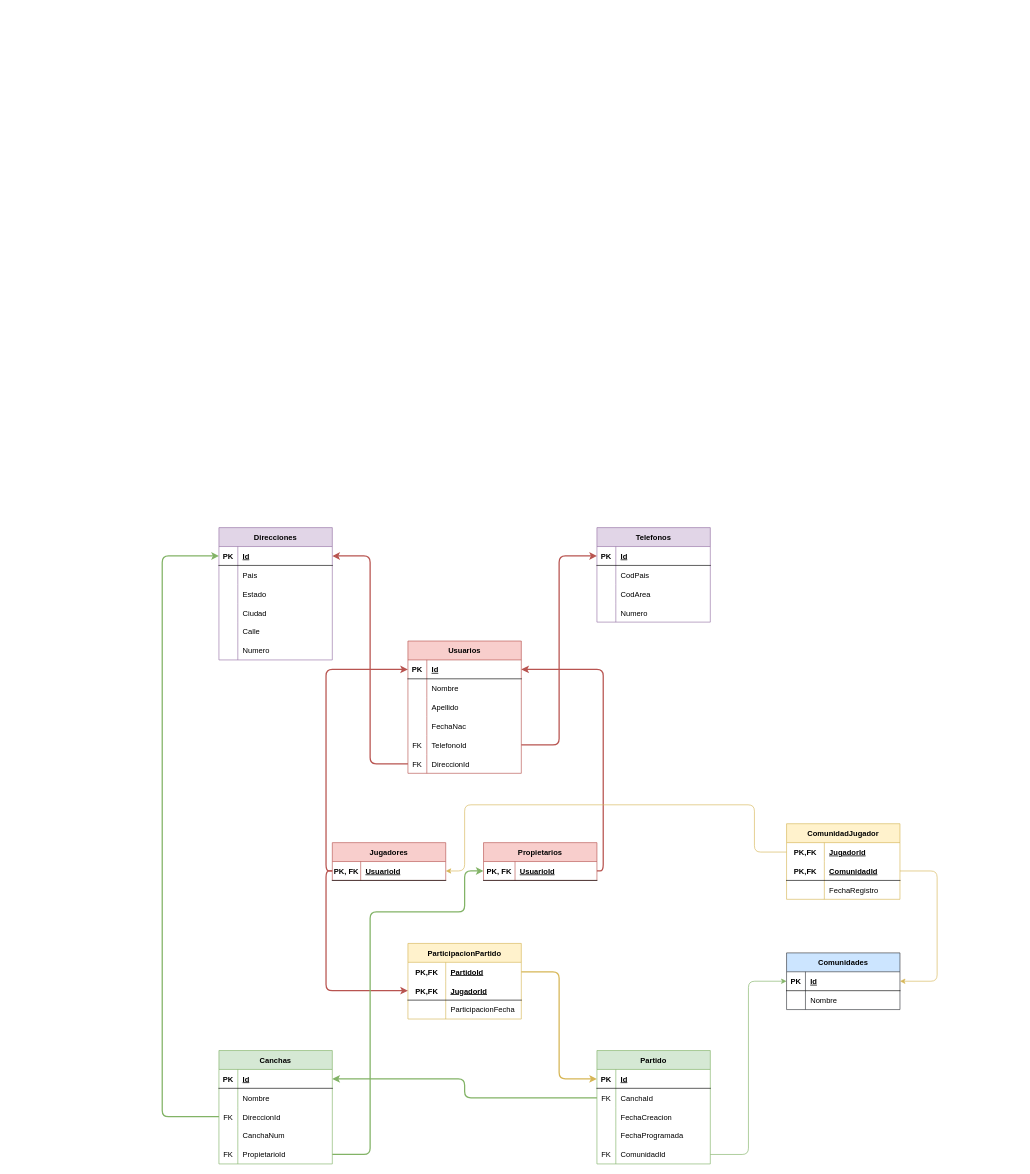
Above: design/db/schema.drawio in fmartinez28/PartidosYa (draw.io), before the change. Source tidied: cells renumbered, new cells numbered last; positions are measured from the earlier drawing's top-left corner, leaving out a move shared by most shapes. Both pictures are drawn from the tidied source at 63%, with x=0, y=0 at pixel (162, 527).
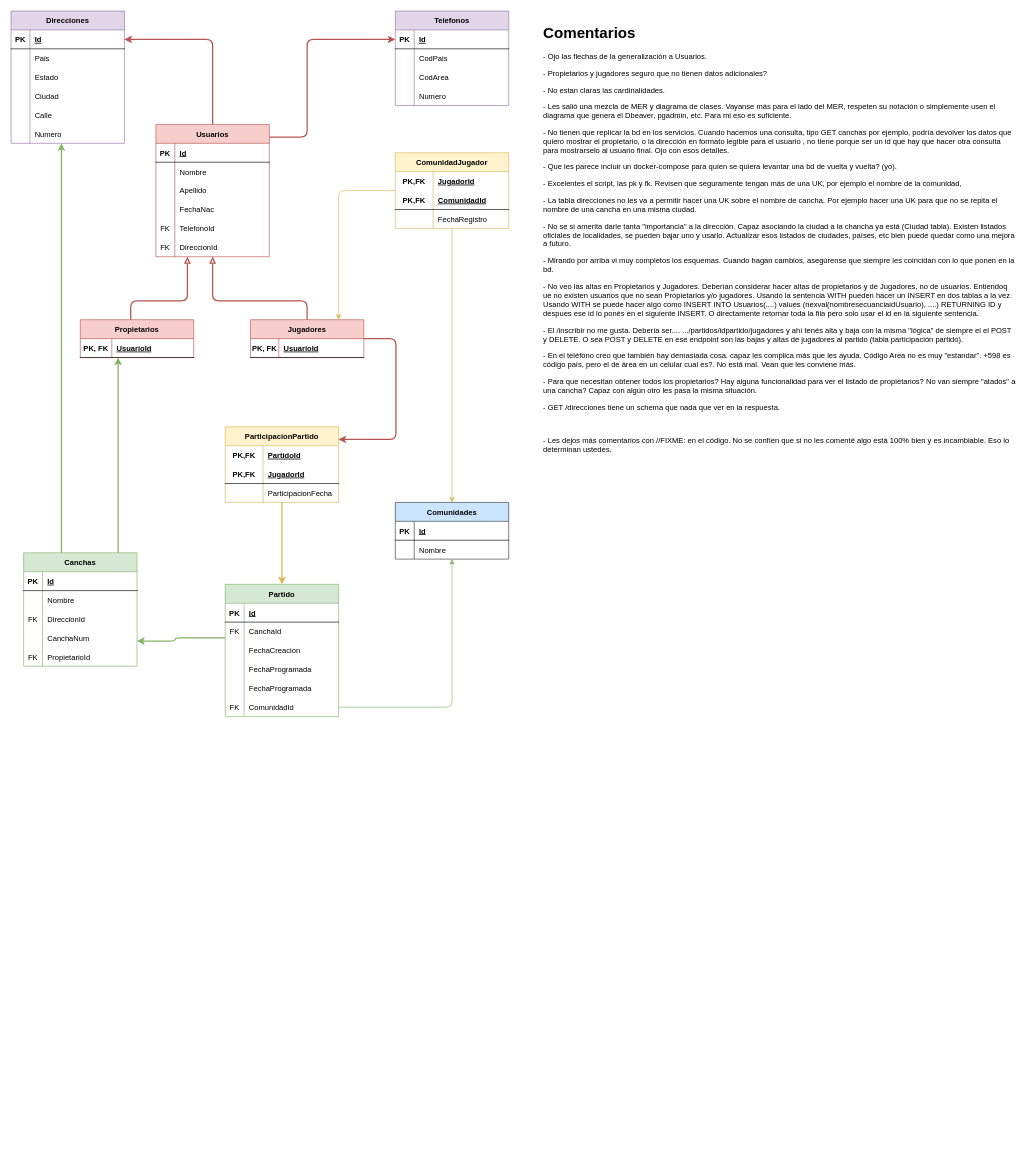
Above is the later version.

The change refers to these unchanged cells:
```xml
<mxCell id="6" style="shape=tableRow;horizontal=0;startSize=0;swimlaneHead=0;swimlaneBody=0;fillColor=none;points=[[0,0.5],[1,0.5]];portConstraint=eastwest;top=0;left=0;right=0;bottom=0;" parent="2" vertex="1">
  <mxGeometry y="60" width="180" height="30" as="geometry" />
</mxCell>
<mxCell id="19" style="shape=tableRow;horizontal=0;startSize=0;swimlaneHead=0;swimlaneBody=0;fillColor=none;points=[[0,0.5],[1,0.5]];portConstraint=eastwest;top=0;left=0;right=0;bottom=1;" parent="18" vertex="1">
  <mxGeometry y="30" width="180" height="30" as="geometry" />
</mxCell>
<mxCell id="23" style="shape=tableRow;horizontal=0;startSize=0;swimlaneHead=0;swimlaneBody=0;fillColor=none;points=[[0,0.5],[1,0.5]];portConstraint=eastwest;top=0;left=0;right=0;bottom=1;" parent="22" vertex="1">
  <mxGeometry y="30" width="180" height="30" as="geometry" />
</mxCell>
<mxCell id="27" style="shape=tableRow;horizontal=0;startSize=0;swimlaneHead=0;swimlaneBody=0;fillColor=none;points=[[0,0.5],[1,0.5]];portConstraint=eastwest;top=0;left=0;right=0;bottom=1;" parent="26" vertex="1">
  <mxGeometry y="30" width="180" height="30" as="geometry" />
</mxCell>
<mxCell id="39" style="shape=tableRow;horizontal=0;startSize=0;swimlaneHead=0;swimlaneBody=0;fillColor=none;points=[[0,0.5],[1,0.5]];portConstraint=eastwest;top=0;left=0;right=0;bottom=0;" parent="26" vertex="1">
  <mxGeometry y="150" width="180" height="30" as="geometry" />
</mxCell>
<mxCell id="42" style="shape=tableRow;horizontal=0;startSize=0;swimlaneHead=0;swimlaneBody=0;fillColor=none;points=[[0,0.5],[1,0.5]];portConstraint=eastwest;top=0;left=0;right=0;bottom=0;" parent="26" vertex="1">
  <mxGeometry y="180" width="180" height="30" as="geometry" />
</mxCell>
<mxCell id="46" style="shape=tableRow;horizontal=0;startSize=0;swimlaneHead=0;swimlaneBody=0;fillColor=none;points=[[0,0.5],[1,0.5]];portConstraint=eastwest;top=0;left=0;right=0;bottom=1;" parent="45" vertex="1">
  <mxGeometry y="30" width="180" height="30" as="geometry" />
</mxCell>
<mxCell id="52" style="shape=tableRow;horizontal=0;startSize=0;swimlaneHead=0;swimlaneBody=0;fillColor=none;points=[[0,0.5],[1,0.5]];portConstraint=eastwest;top=0;left=0;right=0;bottom=0;" parent="45" vertex="1">
  <mxGeometry y="90" width="180" height="30" as="geometry" />
</mxCell>
<mxCell id="58" style="shape=tableRow;horizontal=0;startSize=0;swimlaneHead=0;swimlaneBody=0;fillColor=none;points=[[0,0.5],[1,0.5]];portConstraint=eastwest;top=0;left=0;right=0;bottom=0;" parent="45" vertex="1">
  <mxGeometry y="150" width="180" height="30" as="geometry" />
</mxCell>
<mxCell id="62" style="shape=tableRow;horizontal=0;startSize=0;swimlaneHead=0;swimlaneBody=0;fillColor=none;points=[[0,0.5],[1,0.5]];portConstraint=eastwest;top=0;left=0;right=0;bottom=1;" parent="61" vertex="1">
  <mxGeometry y="30" width="180" height="30" as="geometry" />
</mxCell>
<mxCell id="81" style="shape=tableRow;horizontal=0;startSize=0;swimlaneHead=0;swimlaneBody=0;fillColor=none;points=[[0,0.5],[1,0.5]];portConstraint=eastwest;top=0;left=0;right=0;bottom=1;" parent="80" vertex="1">
  <mxGeometry y="30" width="180" height="30" as="geometry" />
</mxCell>
<mxCell id="94" style="shape=tableRow;horizontal=0;startSize=0;swimlaneHead=0;swimlaneBody=0;fillColor=none;points=[[0,0.5],[1,0.5]];portConstraint=eastwest;top=0;left=0;right=0;bottom=0;" parent="93" vertex="1">
  <mxGeometry y="30" width="180" height="30" as="geometry" />
</mxCell>
<mxCell id="97" style="shape=tableRow;horizontal=0;startSize=0;swimlaneHead=0;swimlaneBody=0;fillColor=none;points=[[0,0.5],[1,0.5]];portConstraint=eastwest;top=0;left=0;right=0;bottom=1;" parent="93" vertex="1">
  <mxGeometry y="60" width="180" height="30" as="geometry" />
</mxCell>
<mxCell id="112" style="shape=tableRow;horizontal=0;startSize=0;swimlaneHead=0;swimlaneBody=0;fillColor=none;points=[[0,0.5],[1,0.5]];portConstraint=eastwest;top=0;left=0;right=0;bottom=1;" parent="111" vertex="1">
  <mxGeometry y="30" width="180" height="30" as="geometry" />
</mxCell>
<mxCell id="120" style="shape=tableRow;horizontal=0;startSize=0;swimlaneHead=0;swimlaneBody=0;fillColor=none;points=[[0,0.5],[1,0.5]];portConstraint=eastwest;top=0;left=0;right=0;bottom=0;" parent="119" vertex="1">
  <mxGeometry y="30" width="180" height="30" as="geometry" />
</mxCell>
<mxCell id="123" style="shape=tableRow;horizontal=0;startSize=0;swimlaneHead=0;swimlaneBody=0;fillColor=none;points=[[0,0.5],[1,0.5]];portConstraint=eastwest;top=0;left=0;right=0;bottom=1;" parent="119" vertex="1">
  <mxGeometry y="60" width="180" height="30" as="geometry" />
</mxCell>
```

Change to the diagram source:
```diff
@@
     <mxCell id="2" value="Partido" style="shape=table;startSize=30;childLayout=tableLayout;rowLines=0;fontStyle=1;align=center;fillColor=#d5e8d4;strokeColor=#82b366;" parent="1" vertex="1">
-      <mxGeometry x="690" y="830" width="180" height="180" as="geometry" />
+      <mxGeometry x="100" y="90" width="180" height="210" as="geometry" />
     </mxCell>
@@
+    <mxCell id="132" style="shape=tableRow;horizontal=0;startSize=0;swimlaneHead=0;swimlaneBody=0;fillColor=none;top=0;left=0;right=0;bottom=0;" parent="2" vertex="1">
+      <mxGeometry y="120" width="180" height="30" as="geometry" />
+    </mxCell>
+    <mxCell id="133" style="shape=partialRectangle;fillColor=none;top=0;left=0;bottom=0;right=0;overflow=hidden;" parent="132" vertex="1">
+      <mxGeometry width="30" height="30" as="geometry" />
+    </mxCell>
+    <mxCell id="134" value="FechaProgramada" style="shape=partialRectangle;fillColor=none;top=0;left=0;bottom=0;right=0;align=left;spacingLeft=6;overflow=hidden;" parent="132" vertex="1">
+      <mxGeometry x="30" width="150" height="30" as="geometry" />
+    </mxCell>
     <mxCell id="12" style="shape=tableRow;horizontal=0;startSize=0;swimlaneHead=0;swimlaneBody=0;fillColor=none;top=0;left=0;right=0;bottom=0;" parent="2" vertex="1">
-      <mxGeometry y="120" width="180" height="30" as="geometry" />
+      <mxGeometry y="150" width="180" height="30" as="geometry" />
     </mxCell>
@@
     <mxCell id="15" style="shape=tableRow;horizontal=0;startSize=0;swimlaneHead=0;swimlaneBody=0;fillColor=none;points=[[0,0.5],[1,0.5]];portConstraint=eastwest;top=0;left=0;right=0;bottom=0;" parent="2" vertex="1">
-      <mxGeometry y="150" width="180" height="30" as="geometry" />
+      <mxGeometry y="180" width="180" height="30" as="geometry" />
     </mxCell>
@@
     <mxCell id="18" value="Jugadores" style="shape=table;startSize=30;childLayout=tableLayout;rowLines=0;fontStyle=1;align=center;fillColor=#f8cecc;strokeColor=#b85450;" parent="1" vertex="1">
-      <mxGeometry x="270" y="500" width="180" height="60" as="geometry" />
+      <mxGeometry x="140" y="-330" width="180" height="60" as="geometry" />
     </mxCell>
@@
     <mxCell id="22" value="Propietarios" style="shape=table;startSize=30;childLayout=tableLayout;rowLines=0;fontStyle=1;align=center;fillColor=#f8cecc;strokeColor=#b85450;" parent="1" vertex="1">
-      <mxGeometry x="510" y="500" width="180" height="60" as="geometry" />
+      <mxGeometry x="-130" y="-330" width="180" height="60" as="geometry" />
     </mxCell>
@@
     <mxCell id="26" value="Usuarios" style="shape=table;startSize=30;childLayout=tableLayout;rowLines=0;fontStyle=1;align=center;fillColor=#f8cecc;strokeColor=#b85450;" parent="1" vertex="1">
-      <mxGeometry x="390" y="180" width="180" height="210" as="geometry" />
+      <mxGeometry x="-10" y="-640" width="180" height="210" as="geometry" />
     </mxCell>
@@
     <mxCell id="45" value="Canchas" style="shape=table;startSize=30;childLayout=tableLayout;rowLines=0;fontStyle=1;align=center;fillColor=#d5e8d4;strokeColor=#82b366;" parent="1" vertex="1">
-      <mxGeometry x="90" y="830" width="180" height="180" as="geometry" />
+      <mxGeometry x="-220" y="40" width="180" height="180" as="geometry" />
     </mxCell>
@@
     <mxCell id="61" value="Direcciones" style="shape=table;startSize=30;childLayout=tableLayout;rowLines=0;fontStyle=1;align=center;fillColor=#e1d5e7;strokeColor=#9673a6;" parent="1" vertex="1">
-      <mxGeometry x="90" width="180" height="210" as="geometry" />
+      <mxGeometry x="-240" y="-820" width="180" height="210" as="geometry" />
     </mxCell>
@@
     <mxCell id="80" value="Telefonos" style="shape=table;startSize=30;childLayout=tableLayout;rowLines=0;fontStyle=1;align=center;fillColor=#e1d5e7;strokeColor=#9673a6;" parent="1" vertex="1">
-      <mxGeometry x="690" width="180" height="150" as="geometry" />
+      <mxGeometry x="370" y="-820" width="180" height="150" as="geometry" />
     </mxCell>
@@
     <mxCell id="93" value="ParticipacionPartido" style="shape=table;startSize=30;childLayout=tableLayout;rowLines=0;fontStyle=1;align=center;fillColor=#fff2cc;strokeColor=#d6b656;" parent="1" vertex="1">
-      <mxGeometry x="390" y="660" width="180" height="120" as="geometry" />
+      <mxGeometry x="100" y="-160" width="180" height="120" as="geometry" />
     </mxCell>
@@
-    <mxCell id="103" style="edgeStyle=orthogonalEdgeStyle;html=1;exitX=0;exitY=0.5;exitDx=0;exitDy=0;entryX=0;entryY=0.5;entryDx=0;entryDy=0;fillColor=#f8cecc;strokeColor=#b85450;strokeWidth=2;" parent="1" edge="1" source="19" target="27">
-      <mxGeometry relative="1" as="geometry" />
+    <mxCell id="103" style="edgeStyle=orthogonalEdgeStyle;html=1;fillColor=#f8cecc;strokeColor=#b85450;strokeWidth=2;endArrow=block;endFill=0;" parent="1" edge="1" source="18" target="26">
+      <mxGeometry relative="1" as="geometry">
+        <Array as="points">
+          <mxPoint x="230" y="-360" />
+          <mxPoint x="80" y="-360" />
+        </Array>
+      </mxGeometry>
     </mxCell>
-    <mxCell id="104" style="edgeStyle=orthogonalEdgeStyle;html=1;exitX=1;exitY=0.5;exitDx=0;exitDy=0;entryX=1;entryY=0.5;entryDx=0;entryDy=0;fillColor=#f8cecc;strokeColor=#b85450;strokeWidth=2;" parent="1" edge="1" source="23" target="27">
-      <mxGeometry relative="1" as="geometry" />
+    <mxCell id="104" style="edgeStyle=orthogonalEdgeStyle;html=1;fillColor=#f8cecc;strokeColor=#b85450;strokeWidth=2;endArrow=block;endFill=0;" parent="1" edge="1" source="22" target="26">
+      <mxGeometry relative="1" as="geometry">
+        <Array as="points">
+          <mxPoint x="-50" y="-360" />
+          <mxPoint x="40" y="-360" />
+        </Array>
+      </mxGeometry>
     </mxCell>
-    <mxCell id="105" style="edgeStyle=orthogonalEdgeStyle;html=1;exitX=1;exitY=0.5;exitDx=0;exitDy=0;entryX=0;entryY=0.5;entryDx=0;entryDy=0;fillColor=#f8cecc;strokeColor=#b85450;strokeWidth=2;" parent="1" edge="1" source="39" target="81">
-      <mxGeometry relative="1" as="geometry" />
+    <mxCell id="105" style="edgeStyle=orthogonalEdgeStyle;html=1;entryX=0;entryY=0.5;entryDx=0;entryDy=0;fillColor=#f8cecc;strokeColor=#b85450;strokeWidth=2;" parent="1" edge="1" source="26" target="81">
+      <mxGeometry relative="1" as="geometry">
+        <Array as="points">
+          <mxPoint x="230" y="-620" />
+          <mxPoint x="230" y="-775" />
+        </Array>
+      </mxGeometry>
     </mxCell>
-    <mxCell id="106" style="edgeStyle=orthogonalEdgeStyle;html=1;exitX=0;exitY=0.5;exitDx=0;exitDy=0;entryX=1;entryY=0.5;entryDx=0;entryDy=0;fillColor=#f8cecc;strokeColor=#b85450;strokeWidth=2;" parent="1" edge="1" source="42" target="62">
+    <mxCell id="106" style="edgeStyle=orthogonalEdgeStyle;html=1;exitX=0.5;exitY=0;exitDx=0;exitDy=0;entryX=1;entryY=0.5;entryDx=0;entryDy=0;fillColor=#f8cecc;strokeColor=#b85450;strokeWidth=2;" parent="1" edge="1" source="26" target="62">
       <mxGeometry relative="1" as="geometry" />
     </mxCell>
-    <mxCell id="107" style="edgeStyle=orthogonalEdgeStyle;html=1;exitX=0;exitY=0.5;exitDx=0;exitDy=0;entryX=0;entryY=0.5;entryDx=0;entryDy=0;fillColor=#f8cecc;strokeColor=#b85450;strokeWidth=2;" parent="1" edge="1" source="19" target="97">
-      <mxGeometry relative="1" as="geometry" />
+    <mxCell id="107" style="edgeStyle=orthogonalEdgeStyle;html=1;fillColor=#f8cecc;strokeColor=#b85450;strokeWidth=2;" parent="1" edge="1" source="18" target="93">
+      <mxGeometry relative="1" as="geometry">
+        <Array as="points">
+          <mxPoint x="371" y="-140" />
+        </Array>
+      </mxGeometry>
     </mxCell>
-    <mxCell id="108" style="edgeStyle=orthogonalEdgeStyle;html=1;exitX=1;exitY=0.5;exitDx=0;exitDy=0;entryX=0;entryY=0.25;entryDx=0;entryDy=0;fillColor=#fff2cc;strokeColor=#d6b656;strokeWidth=2;" parent="1" edge="1" source="94" target="2">
+    <mxCell id="108" style="edgeStyle=orthogonalEdgeStyle;html=1;fillColor=#fff2cc;strokeColor=#d6b656;strokeWidth=2;" parent="1" edge="1" source="93" target="2">
       <mxGeometry relative="1" as="geometry" />
     </mxCell>
-    <mxCell id="109" style="edgeStyle=orthogonalEdgeStyle;html=1;exitX=0;exitY=0.5;exitDx=0;exitDy=0;entryX=1;entryY=0.5;entryDx=0;entryDy=0;fillColor=#d5e8d4;strokeColor=#82b366;strokeWidth=2;" parent="1" edge="1" source="6" target="46">
-      <mxGeometry relative="1" as="geometry" />
+    <mxCell id="109" style="edgeStyle=orthogonalEdgeStyle;html=1;fillColor=#d5e8d4;strokeColor=#82b366;strokeWidth=2;" parent="1" edge="1" source="2" target="45">
+      <mxGeometry relative="1" as="geometry">
+        <Array as="points">
+          <mxPoint x="20" y="175" />
+          <mxPoint x="20" y="180" />
+        </Array>
+      </mxGeometry>
     </mxCell>
-    <mxCell id="110" style="edgeStyle=orthogonalEdgeStyle;html=1;exitX=0;exitY=0.5;exitDx=0;exitDy=0;entryX=0;entryY=0.5;entryDx=0;entryDy=0;fillColor=#d5e8d4;strokeColor=#82b366;strokeWidth=2;" parent="1" edge="1" source="52" target="62">
+    <mxCell id="110" style="edgeStyle=orthogonalEdgeStyle;html=1;fillColor=#d5e8d4;strokeColor=#82b366;strokeWidth=2;" parent="1" edge="1" source="45" target="61">
       <mxGeometry relative="1" as="geometry">
         <Array as="points">
-          <mxPoint y="935" />
-          <mxPoint y="45" />
+          <mxPoint x="-160" y="-140" />
+          <mxPoint x="-160" y="-140" />
         </Array>
       </mxGeometry>
     </mxCell>
     <mxCell id="111" value="Comunidades" style="shape=table;startSize=30;childLayout=tableLayout;rowLines=0;fontStyle=1;align=center;fillColor=#cce5ff;strokeColor=#36393d;" parent="1" vertex="1">
-      <mxGeometry x="991" y="675" width="180" height="90" as="geometry" />
+      <mxGeometry x="370" y="-40" width="180" height="90" as="geometry" />
     </mxCell>
@@
-    <mxCell id="118" style="edgeStyle=orthogonalEdgeStyle;rounded=1;jettySize=auto;html=1;exitX=1;exitY=0.5;exitDx=0;exitDy=0;entryX=0;entryY=0.5;entryDx=0;entryDy=0;strokeWidth=2;fillColor=#d5e8d4;strokeColor=#82b366;" parent="1" edge="1" source="58" target="23">
+    <mxCell id="118" style="edgeStyle=orthogonalEdgeStyle;rounded=1;jettySize=auto;html=1;strokeWidth=2;fillColor=#d5e8d4;strokeColor=#82b366;" parent="1" edge="1" source="45" target="22">
       <mxGeometry relative="1" as="geometry">
         <Array as="points">
-          <mxPoint x="330" y="995" />
-          <mxPoint x="330" y="610" />
-          <mxPoint x="480" y="610" />
-          <mxPoint x="480" y="545" />
+          <mxPoint x="-70" y="-120" />
+          <mxPoint x="-70" y="-120" />
         </Array>
       </mxGeometry>
     </mxCell>
     <mxCell id="119" value="ComunidadJugador" style="shape=table;startSize=30;childLayout=tableLayout;rowLines=0;fontStyle=1;align=center;fillColor=#fff2cc;strokeColor=#d6b656;" parent="1" vertex="1">
-      <mxGeometry x="991" y="470" width="180" height="120" as="geometry" />
+      <mxGeometry x="370" y="-595" width="180" height="120" as="geometry" />
     </mxCell>
@@
-    <mxCell id="129" style="edgeStyle=orthogonalEdgeStyle;html=1;exitX=1;exitY=0.5;exitDx=0;exitDy=0;entryX=1;entryY=0.5;entryDx=0;entryDy=0;fillColor=#fff2cc;strokeColor=#d6b656;" parent="1" edge="1" source="123" target="112">
-      <mxGeometry relative="1" as="geometry">
-        <Array as="points">
-          <mxPoint x="1230" y="545" />
-          <mxPoint x="1230" y="720" />
-        </Array>
-      </mxGeometry>
+    <mxCell id="129" style="edgeStyle=orthogonalEdgeStyle;html=1;fillColor=#fff2cc;strokeColor=#d6b656;" parent="1" edge="1" source="119" target="111">
+      <mxGeometry relative="1" as="geometry" />
     </mxCell>
-    <mxCell id="130" style="edgeStyle=orthogonalEdgeStyle;html=1;exitX=0;exitY=0.5;exitDx=0;exitDy=0;entryX=1;entryY=0.5;entryDx=0;entryDy=0;fillColor=#fff2cc;strokeColor=#d6b656;" parent="1" edge="1" source="120" target="19">
+    <mxCell id="130" style="edgeStyle=orthogonalEdgeStyle;html=1;fillColor=#fff2cc;strokeColor=#d6b656;" parent="1" edge="1" source="119" target="18">
       <mxGeometry relative="1" as="geometry">
         <Array as="points">
-          <mxPoint x="940" y="515" />
-          <mxPoint x="940" y="440" />
-          <mxPoint x="480" y="440" />
-          <mxPoint x="480" y="545" />
+          <mxPoint x="280" y="-535" />
         </Array>
       </mxGeometry>
     </mxCell>
-    <mxCell id="131" style="edgeStyle=orthogonalEdgeStyle;html=1;exitX=1;exitY=0.5;exitDx=0;exitDy=0;entryX=0;entryY=0.5;entryDx=0;entryDy=0;fillColor=#d5e8d4;strokeColor=#82b366;" parent="1" edge="1" source="15" target="112">
+    <mxCell id="131" style="edgeStyle=orthogonalEdgeStyle;html=1;exitX=1;exitY=0.5;exitDx=0;exitDy=0;fillColor=#d5e8d4;strokeColor=#82b366;" parent="1" edge="1" source="15" target="111">
       <mxGeometry relative="1" as="geometry" />
     </mxCell>
+    <mxCell id="135" value="&lt;h1&gt;Comentarios&lt;/h1&gt;&lt;p&gt;- Ojo las flechas de la generalización a Usuarios.&amp;nbsp;&lt;/p&gt;&lt;p&gt;- Propietarios y jugadores seguro que no tienen datos adicionales?&lt;/p&gt;&lt;p&gt;- No estan claras las cardinalidades.&amp;nbsp;&lt;/p&gt;&lt;p&gt;- Les salió una mezcla de MER y diagrama de clases. Vayanse más para el lado del MER, respeten su notación o simplemente usen el diagrama que genera el Dbeaver, pgadmin, etc. Para mi eso es suficiente.&lt;/p&gt;&lt;p&gt;- No tienen que replicar la bd en los servicios. Cuando hacemos una consulta, tipo GET canchas por ejemplo, podría devolver los datos que quiero mostrar el propietario, o la dirección en formato legible para el usuario , no tiene porque ser un id que hay que hacer otra consulta para mostrarselo al usuario final. Ojo con esos detalles.&lt;/p&gt;&lt;p&gt;- Que les parece incluir un docker-compose para quien se quiera levantar una bd de vuelta y vuelta? (yo).&amp;nbsp;&lt;/p&gt;&lt;p&gt;- Excelentes el script, las pk y fk. Revisen que seguramente tengan más de una UK, por ejemplo el nombre de la comunidad,&amp;nbsp;&lt;/p&gt;&lt;p&gt;- La tabla direcciones no les va a permitir hacer una UK sobre el nombre de cancha. Por ejemplo hacer una UK para que no se repita el nombre de una cancha en una misma ciudad.&amp;nbsp;&lt;/p&gt;&lt;p&gt;- No se si amerita darle tanta &quot;importancia&quot; a la dirección. Capaz asociando la ciudad a la chancha ya está (Ciudad tabla). Existen listados oficiales de localidades, se pueden bajar uno y usarlo. Actualizar esos listados de ciudades, países, etc bien puede quedar como una mejora a futuro.&lt;/p&gt;&lt;p&gt;- Mirando por arriba vi muy completos los esquemas. Cuando hagan cambios,&amp;nbsp;asegúrense que siempre les coincidan con lo que ponen en la bd.&amp;nbsp;&lt;/p&gt;&lt;p&gt;- No veo las altas en Propietarios y Jugadores. Deberían considerar hacer altas de propietarios y de Jugadores, no de usuarios. Entiendoq ue no existen usuarios que no sean Propietarios y/o jugadores. Usando la sentencia WITH pueden hacer un INSERT en dos tablas a la vez.&amp;nbsp; Usando WITH se puede hacer algo como INSERT INTO Usuarios(....) values (nexval(nombresecuanciaidUsuario), ....) RETURNING ID y despues ese id lo ponés en el siguiente INSERT. O directamente retornar toda la fila pero solo usar el id en la siguiente sentencia.&lt;/p&gt;&lt;p&gt;- El /inscribir no me gusta. Debería ser.... .../partidos/idpartido/jugadores y ahí tenés alta y baja con la misma &quot;lógica&quot; de siempre el el POST y DELETE. O sea POST y DELETE en ese endpoint son las bajas y altas de jugadores al partido (tabla participación partido).&lt;/p&gt;&lt;p&gt;- En el teléfono creo que también hay demasiada cosa. capaz les complica más que les ayuda. Código Area no es muy &quot;estandar&quot;. +598 es código país, pero el de área en un celular cual es?. No está mal. Vean que les conviene más.&lt;/p&gt;&lt;p&gt;- Para que necesitan obtener todos los propietarios? Hay alguna funcionalidad para ver el listado de propietarios? No van siempre &quot;atados&quot; a una cancha? Capaz con algún otro les pasa la misma situación.&amp;nbsp;&lt;/p&gt;&lt;p&gt;- GET /direcciones tiene un schema que nada que ver en la respuesta.&amp;nbsp;&lt;/p&gt;&lt;p&gt;&lt;br&gt;&lt;/p&gt;&lt;p&gt;- Les dejos más comentarios con //FIXME: en el código. No se confíen que si no les comenté algo está 100% bien y es incambiable. Eso lo determinan ustedes.&lt;/p&gt;&lt;p&gt;&lt;br&gt;&lt;/p&gt;&lt;p&gt;&lt;br&gt;&lt;/p&gt;" style="text;html=1;strokeColor=none;fillColor=none;spacing=5;spacingTop=-20;whiteSpace=wrap;overflow=hidden;rounded=0;" parent="1" vertex="1">
+      <mxGeometry x="600" y="-805" width="760" height="1085" as="geometry" />
+    </mxCell>
```
